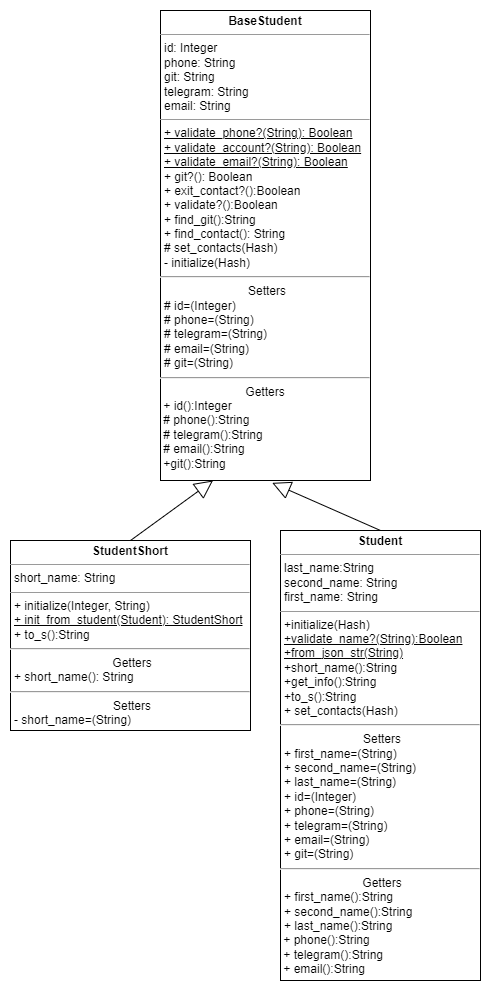
This is lab2/diagrams/student_diagr.png from rmyau/pattern_labs, a draw.io export, as it was before one commit. Source tidied: cells renumbered, new cells last; positions are measured from the earlier drawing's top-left corner, leaving out a move shared by most shapes.
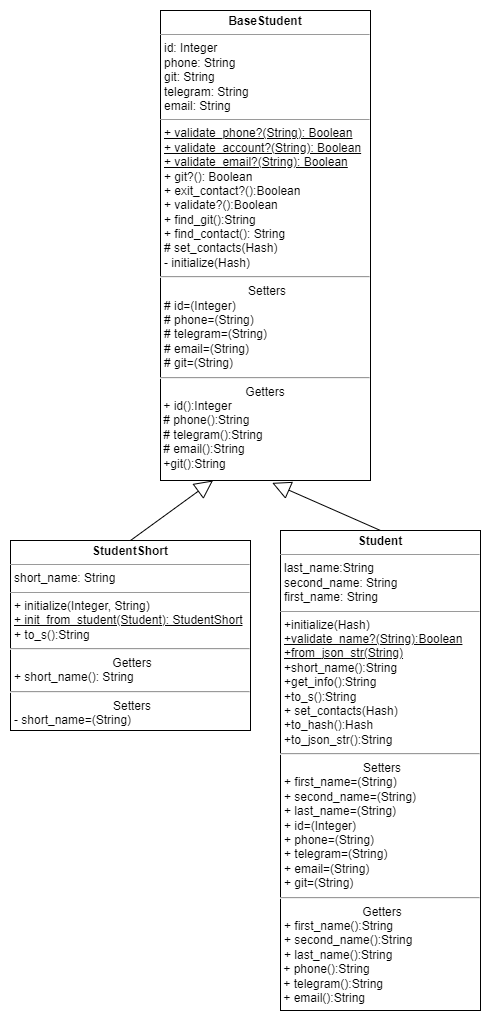
Above is the later version.

Commit message:
Добавление методов to_hash и to_json_str в диаграмму

The edit, as a diff of the source:
```diff
@@ -5,8 +5,8 @@
     <mxCell id="2" value="&lt;p style=&quot;margin:0px;margin-top:4px;text-align:center;&quot;&gt;&lt;b&gt;BaseStudent&lt;/b&gt;&lt;/p&gt;&lt;hr size=&quot;1&quot;&gt;&lt;p style=&quot;margin:0px;margin-left:4px;&quot;&gt;id: Integer&lt;/p&gt;&lt;p style=&quot;margin:0px;margin-left:4px;&quot;&gt;phone: String&lt;/p&gt;&lt;p style=&quot;margin:0px;margin-left:4px;&quot;&gt;git: String&lt;/p&gt;&lt;p style=&quot;margin:0px;margin-left:4px;&quot;&gt;telegram: String&lt;/p&gt;&lt;p style=&quot;margin:0px;margin-left:4px;&quot;&gt;email: String&lt;/p&gt;&lt;hr size=&quot;1&quot;&gt;&lt;p style=&quot;margin:0px;margin-left:4px;&quot;&gt;&lt;u&gt;+ validate_phone?(String): Boolean&lt;/u&gt;&lt;/p&gt;&lt;p style=&quot;margin:0px;margin-left:4px;&quot;&gt;&lt;u&gt;+ validate_account?(String): Boolean&lt;/u&gt;&lt;/p&gt;&lt;p style=&quot;margin:0px;margin-left:4px;&quot;&gt;&lt;u&gt;+ validate_email?(String): Boolean&lt;/u&gt;&lt;/p&gt;&lt;p style=&quot;margin:0px;margin-left:4px;&quot;&gt;+ git?(): Boolean&lt;/p&gt;&lt;p style=&quot;margin:0px;margin-left:4px;&quot;&gt;+ exit_contact?():Boolean&lt;/p&gt;&lt;p style=&quot;margin:0px;margin-left:4px;&quot;&gt;+ validate?():Boolean&lt;/p&gt;&lt;p style=&quot;margin:0px;margin-left:4px;&quot;&gt;+ find_git():String&lt;/p&gt;&lt;p style=&quot;margin:0px;margin-left:4px;&quot;&gt;+ find_contact(): String&lt;/p&gt;&lt;p style=&quot;margin:0px;margin-left:4px;&quot;&gt;# set_contacts(Hash)&lt;/p&gt;&lt;p style=&quot;margin:0px;margin-left:4px;&quot;&gt;- initialize(Hash)&lt;/p&gt;&lt;hr&gt;&lt;p style=&quot;text-align: center; margin: 0px 0px 0px 4px;&quot;&gt;Setters&lt;/p&gt;&lt;p style=&quot;margin: 0px 0px 0px 4px;&quot;&gt;# id=(Integer)&lt;/p&gt;&lt;p style=&quot;margin: 0px 0px 0px 4px;&quot;&gt;# phone=(String)&lt;/p&gt;&lt;p style=&quot;margin: 0px 0px 0px 4px;&quot;&gt;# telegram=(String)&lt;/p&gt;&lt;p style=&quot;margin: 0px 0px 0px 4px;&quot;&gt;# email=(String)&lt;/p&gt;&lt;p style=&quot;margin: 0px 0px 0px 4px;&quot;&gt;# git=(String)&lt;/p&gt;&lt;hr&gt;&lt;div style=&quot;text-align: center;&quot;&gt;&lt;span style=&quot;background-color: initial;&quot;&gt;Getters&lt;/span&gt;&lt;/div&gt;&lt;div style=&quot;&quot;&gt;&lt;span style=&quot;background-color: initial;&quot;&gt;&amp;nbsp;+ id():Integer&lt;/span&gt;&lt;/div&gt;&lt;div style=&quot;&quot;&gt;&amp;nbsp;# phone():String&lt;/div&gt;&lt;div style=&quot;&quot;&gt;&amp;nbsp;# telegram():String&lt;/div&gt;&lt;div style=&quot;&quot;&gt;&amp;nbsp;# email():String&lt;/div&gt;&lt;div style=&quot;&quot;&gt;&amp;nbsp;+git():String&lt;/div&gt;&lt;div style=&quot;&quot;&gt;&lt;br&gt;&lt;/div&gt;&lt;div style=&quot;&quot;&gt;&lt;br&gt;&lt;/div&gt;&lt;div style=&quot;&quot;&gt;&lt;span style=&quot;background-color: initial;&quot;&gt;&lt;br&gt;&lt;/span&gt;&lt;/div&gt;" style="verticalAlign=top;align=left;overflow=fill;fontSize=12;fontFamily=Helvetica;html=1;whiteSpace=wrap;" parent="1" vertex="1">
       <mxGeometry x="150" width="210" height="470" as="geometry" />
     </mxCell>
-    <mxCell id="3" value="&lt;p style=&quot;margin:0px;margin-top:4px;text-align:center;&quot;&gt;&lt;b&gt;Student&lt;/b&gt;&lt;/p&gt;&lt;hr size=&quot;1&quot;&gt;&lt;p style=&quot;margin:0px;margin-left:4px;&quot;&gt;last_name:String&lt;/p&gt;&lt;p style=&quot;margin:0px;margin-left:4px;&quot;&gt;second_name: String&lt;/p&gt;&lt;p style=&quot;margin:0px;margin-left:4px;&quot;&gt;first_name: String&lt;/p&gt;&lt;hr size=&quot;1&quot;&gt;&lt;p style=&quot;margin:0px;margin-left:4px;&quot;&gt;+initialize(Hash)&lt;/p&gt;&lt;p style=&quot;margin:0px;margin-left:4px;&quot;&gt;&lt;u&gt;+validate_name?(String):Boolean&lt;/u&gt;&lt;/p&gt;&lt;p style=&quot;margin:0px;margin-left:4px;&quot;&gt;&lt;u&gt;+from_json_str(String)&lt;/u&gt;&lt;/p&gt;&lt;p style=&quot;margin:0px;margin-left:4px;&quot;&gt;+short_name():String&lt;/p&gt;&lt;p style=&quot;margin:0px;margin-left:4px;&quot;&gt;+get_info():String&lt;/p&gt;&lt;p style=&quot;margin:0px;margin-left:4px;&quot;&gt;+to_s():String&lt;/p&gt;&lt;p style=&quot;margin:0px;margin-left:4px;&quot;&gt;+ set_contacts(Hash)&lt;br&gt;&lt;/p&gt;&lt;hr&gt;&lt;p style=&quot;text-align: center; margin: 0px 0px 0px 4px;&quot;&gt;Setters&lt;/p&gt;&lt;p style=&quot;margin:0px;margin-left:4px;&quot;&gt;+ first_name=(String)&lt;/p&gt;&lt;p style=&quot;margin:0px;margin-left:4px;&quot;&gt;+ second_name=(String)&lt;/p&gt;&lt;p style=&quot;margin:0px;margin-left:4px;&quot;&gt;+ last_name=(String)&lt;/p&gt;&lt;p style=&quot;border-color: var(--border-color); margin: 0px 0px 0px 4px;&quot;&gt;+ id=(Integer)&lt;/p&gt;&lt;p style=&quot;border-color: var(--border-color); margin: 0px 0px 0px 4px;&quot;&gt;+ phone=(String)&lt;/p&gt;&lt;p style=&quot;border-color: var(--border-color); margin: 0px 0px 0px 4px;&quot;&gt;+ telegram=(String)&lt;/p&gt;&lt;p style=&quot;border-color: var(--border-color); margin: 0px 0px 0px 4px;&quot;&gt;+ email=(String)&lt;/p&gt;&lt;p style=&quot;border-color: var(--border-color); margin: 0px 0px 0px 4px;&quot;&gt;+ git=(String)&lt;/p&gt;&lt;hr&gt;&lt;p style=&quot;text-align: center; margin: 0px 0px 0px 4px;&quot;&gt;Getters&lt;/p&gt;&lt;p style=&quot;margin:0px;margin-left:4px;&quot;&gt;+ first_name():String&lt;/p&gt;&lt;p style=&quot;margin:0px;margin-left:4px;&quot;&gt;+ second_name():String&lt;/p&gt;&lt;p style=&quot;margin:0px;margin-left:4px;&quot;&gt;+ last_name():String&lt;/p&gt;&lt;div style=&quot;border-color: var(--border-color);&quot;&gt;&amp;nbsp;+ phone():String&lt;/div&gt;&lt;div style=&quot;border-color: var(--border-color);&quot;&gt;&amp;nbsp;+ telegram():String&lt;/div&gt;&lt;div style=&quot;border-color: var(--border-color);&quot;&gt;&amp;nbsp;+ email():String&lt;/div&gt;&lt;p style=&quot;margin:0px;margin-left:4px;&quot;&gt;&lt;br&gt;&lt;/p&gt;" style="verticalAlign=top;align=left;overflow=fill;fontSize=12;fontFamily=Helvetica;html=1;whiteSpace=wrap;" parent="1" vertex="1">
-      <mxGeometry x="270" y="520" width="200" height="450" as="geometry" />
+    <mxCell id="3" value="&lt;p style=&quot;margin:0px;margin-top:4px;text-align:center;&quot;&gt;&lt;b&gt;Student&lt;/b&gt;&lt;/p&gt;&lt;hr size=&quot;1&quot;&gt;&lt;p style=&quot;margin:0px;margin-left:4px;&quot;&gt;last_name:String&lt;/p&gt;&lt;p style=&quot;margin:0px;margin-left:4px;&quot;&gt;second_name: String&lt;/p&gt;&lt;p style=&quot;margin:0px;margin-left:4px;&quot;&gt;first_name: String&lt;/p&gt;&lt;hr size=&quot;1&quot;&gt;&lt;p style=&quot;margin:0px;margin-left:4px;&quot;&gt;+initialize(Hash)&lt;/p&gt;&lt;p style=&quot;margin:0px;margin-left:4px;&quot;&gt;&lt;u&gt;+validate_name?(String):Boolean&lt;/u&gt;&lt;/p&gt;&lt;p style=&quot;margin:0px;margin-left:4px;&quot;&gt;&lt;u&gt;+from_json_str(String)&lt;/u&gt;&lt;/p&gt;&lt;p style=&quot;margin:0px;margin-left:4px;&quot;&gt;+short_name():String&lt;/p&gt;&lt;p style=&quot;margin:0px;margin-left:4px;&quot;&gt;+get_info():String&lt;/p&gt;&lt;p style=&quot;margin:0px;margin-left:4px;&quot;&gt;+to_s():String&lt;/p&gt;&lt;p style=&quot;margin:0px;margin-left:4px;&quot;&gt;+ set_contacts(Hash)&lt;br&gt;&lt;/p&gt;&lt;p style=&quot;margin:0px;margin-left:4px;&quot;&gt;+to_hash():Hash&lt;/p&gt;&lt;p style=&quot;margin:0px;margin-left:4px;&quot;&gt;+to_json_str():String&lt;/p&gt;&lt;hr&gt;&lt;p style=&quot;text-align: center; margin: 0px 0px 0px 4px;&quot;&gt;Setters&lt;/p&gt;&lt;p style=&quot;margin:0px;margin-left:4px;&quot;&gt;+ first_name=(String)&lt;/p&gt;&lt;p style=&quot;margin:0px;margin-left:4px;&quot;&gt;+ second_name=(String)&lt;/p&gt;&lt;p style=&quot;margin:0px;margin-left:4px;&quot;&gt;+ last_name=(String)&lt;/p&gt;&lt;p style=&quot;border-color: var(--border-color); margin: 0px 0px 0px 4px;&quot;&gt;+ id=(Integer)&lt;/p&gt;&lt;p style=&quot;border-color: var(--border-color); margin: 0px 0px 0px 4px;&quot;&gt;+ phone=(String)&lt;/p&gt;&lt;p style=&quot;border-color: var(--border-color); margin: 0px 0px 0px 4px;&quot;&gt;+ telegram=(String)&lt;/p&gt;&lt;p style=&quot;border-color: var(--border-color); margin: 0px 0px 0px 4px;&quot;&gt;+ email=(String)&lt;/p&gt;&lt;p style=&quot;border-color: var(--border-color); margin: 0px 0px 0px 4px;&quot;&gt;+ git=(String)&lt;/p&gt;&lt;hr&gt;&lt;p style=&quot;text-align: center; margin: 0px 0px 0px 4px;&quot;&gt;Getters&lt;/p&gt;&lt;p style=&quot;margin:0px;margin-left:4px;&quot;&gt;+ first_name():String&lt;/p&gt;&lt;p style=&quot;margin:0px;margin-left:4px;&quot;&gt;+ second_name():String&lt;/p&gt;&lt;p style=&quot;margin:0px;margin-left:4px;&quot;&gt;+ last_name():String&lt;/p&gt;&lt;div style=&quot;border-color: var(--border-color);&quot;&gt;&amp;nbsp;+ phone():String&lt;/div&gt;&lt;div style=&quot;border-color: var(--border-color);&quot;&gt;&amp;nbsp;+ telegram():String&lt;/div&gt;&lt;div style=&quot;border-color: var(--border-color);&quot;&gt;&amp;nbsp;+ email():String&lt;/div&gt;&lt;p style=&quot;margin:0px;margin-left:4px;&quot;&gt;&lt;br&gt;&lt;/p&gt;" style="verticalAlign=top;align=left;overflow=fill;fontSize=12;fontFamily=Helvetica;html=1;whiteSpace=wrap;" parent="1" vertex="1">
+      <mxGeometry x="270" y="520" width="200" height="480" as="geometry" />
     </mxCell>
     <mxCell id="4" value="Extends" style="endArrow=block;endSize=16;endFill=0;html=1;rounded=0;entryX=0.532;entryY=1.005;entryDx=0;entryDy=0;entryPerimeter=0;textOpacity=0;exitX=0.5;exitY=0;exitDx=0;exitDy=0;" parent="1" edge="1" source="3" target="2">
       <mxGeometry x="0.07" y="-15" relative="1" as="geometry" />
```
